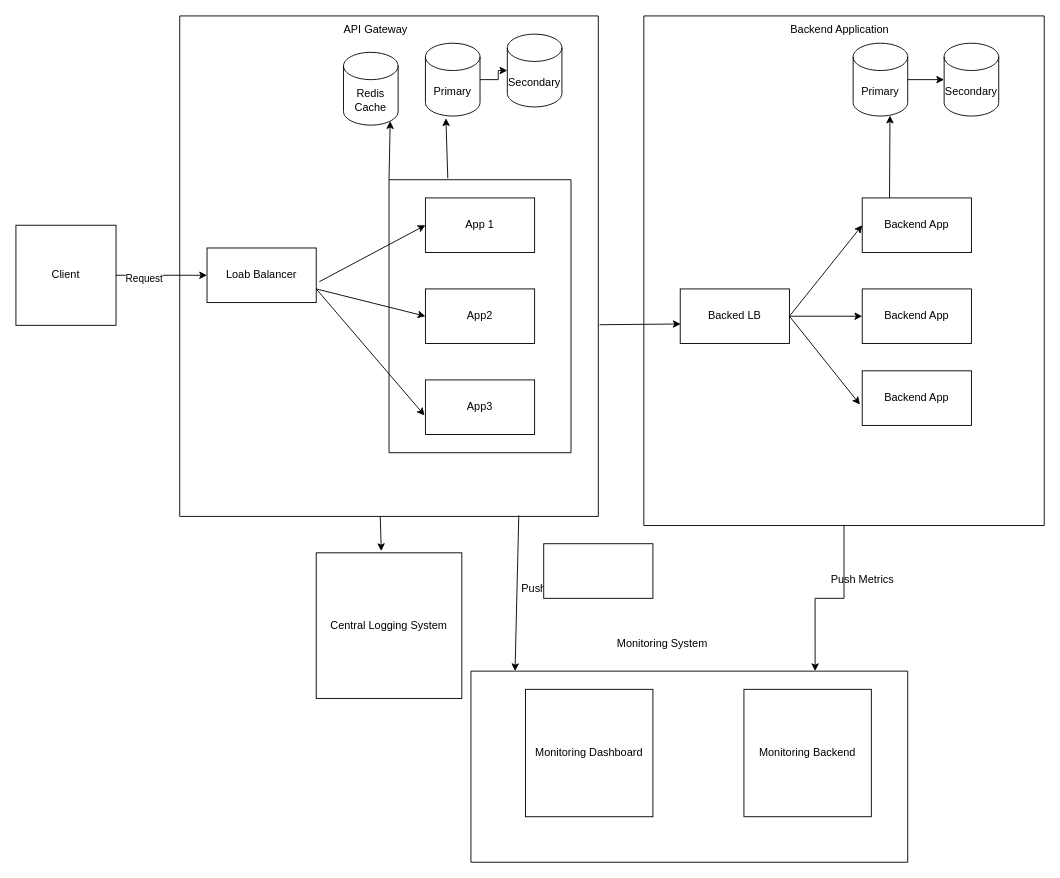
Prathamesh94/System-Design keeps this draw.io diagram as Untitled Diagram.drawio. Above is the earlier version. Source tidied: cells renumbered, new cells numbered last; positions are measured from the earlier drawing's top-left corner, leaving out a move shared by most shapes. Both pictures are drawn from the tidied source at 91%, with x=0, y=0 at pixel (15, 15).
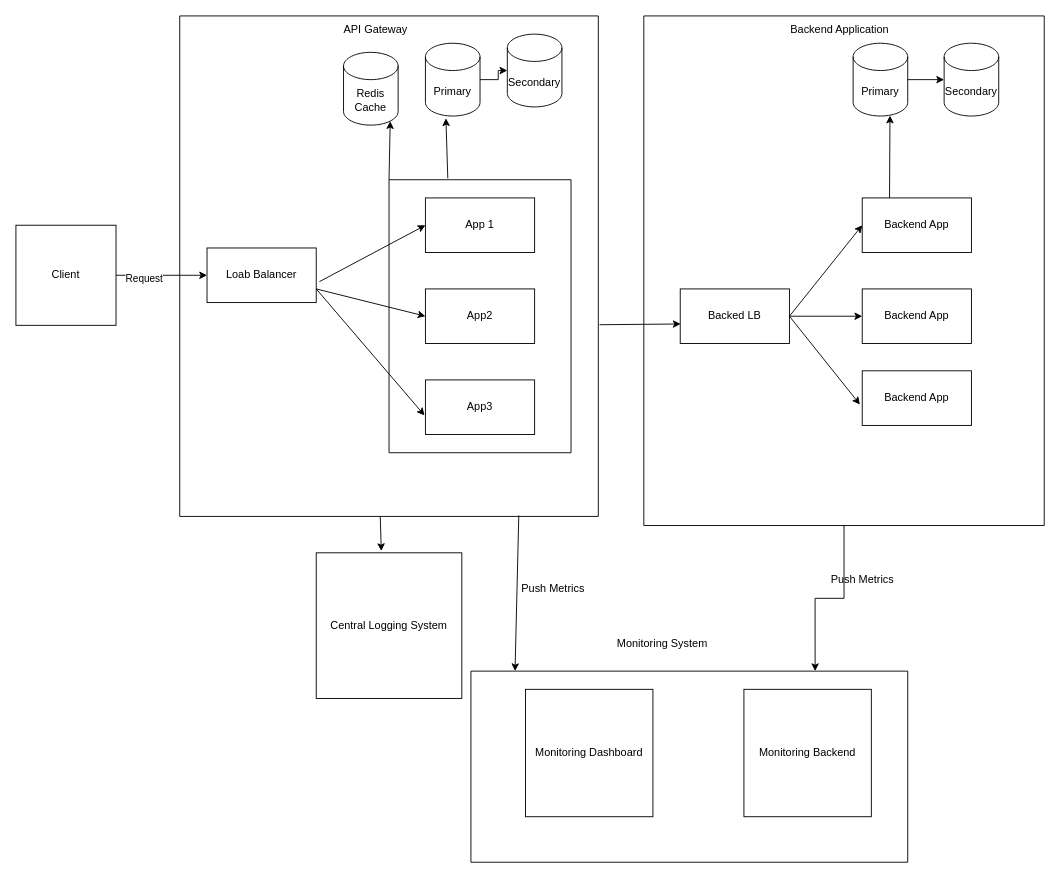
The same diagram, later.

Commit message:
API Gateway

Change to the diagram source:
```diff
@@
-    <mxCell id="43" style="rounded=0;whiteSpace=wrap;html=1;" parent="1" vertex="1">
-      <mxGeometry x="580" y="580" width="120" height="60" as="geometry" />
-    </mxCell>
```
